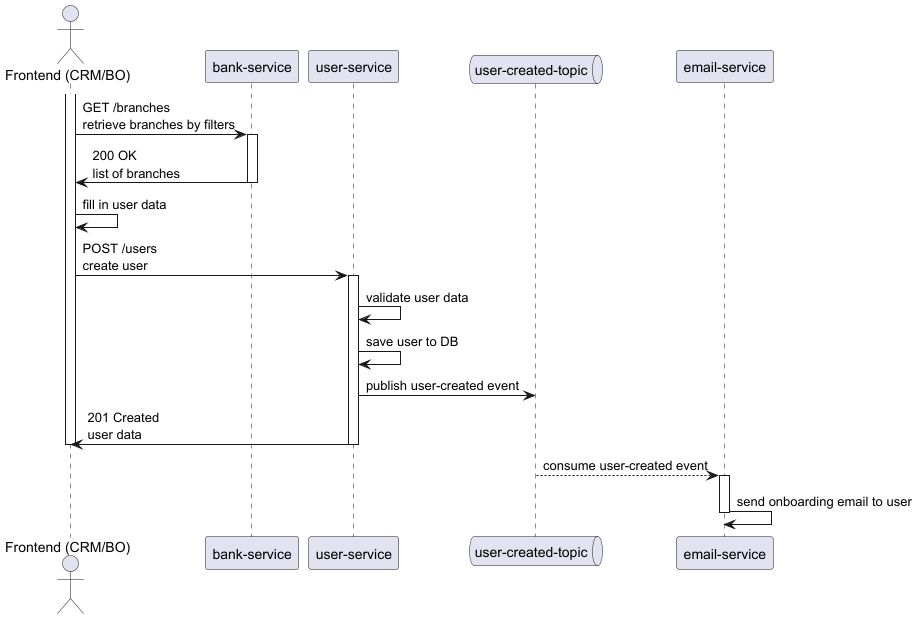
This is docs/domain/assets/registration/user-registration/customer-registration/customer-registration-process-diagram.png from RaffSStein/Wealth-Management-Platform-BE, a PlantUML export, as it was before one commit. Source of this version:
```plantuml
@startuml
actor FE as "Frontend (CRM/BO)"
participant "bank-service" as Bank
participant "user-service" as User
queue "user-created-topic" as userCreatedTopic
participant "email-service" as Reporting

activate FE
FE -> Bank: GET /branches\nretrieve branches by filters
activate Bank
Bank -> FE: 200 OK\nlist of branches
deactivate Bank
FE -> FE: fill in user data
FE -> User: POST /users\ncreate user
activate User
User -> User: validate user data
User -> User: save user to DB
User -> userCreatedTopic: publish user-created event
User -> FE: 201 Created\nuser data
deactivate FE
deactivate User
userCreatedTopic --> Reporting: consume user-created event
activate Reporting
Reporting -> Reporting: send onboarding email to user
deactivate Reporting

@enduml
```
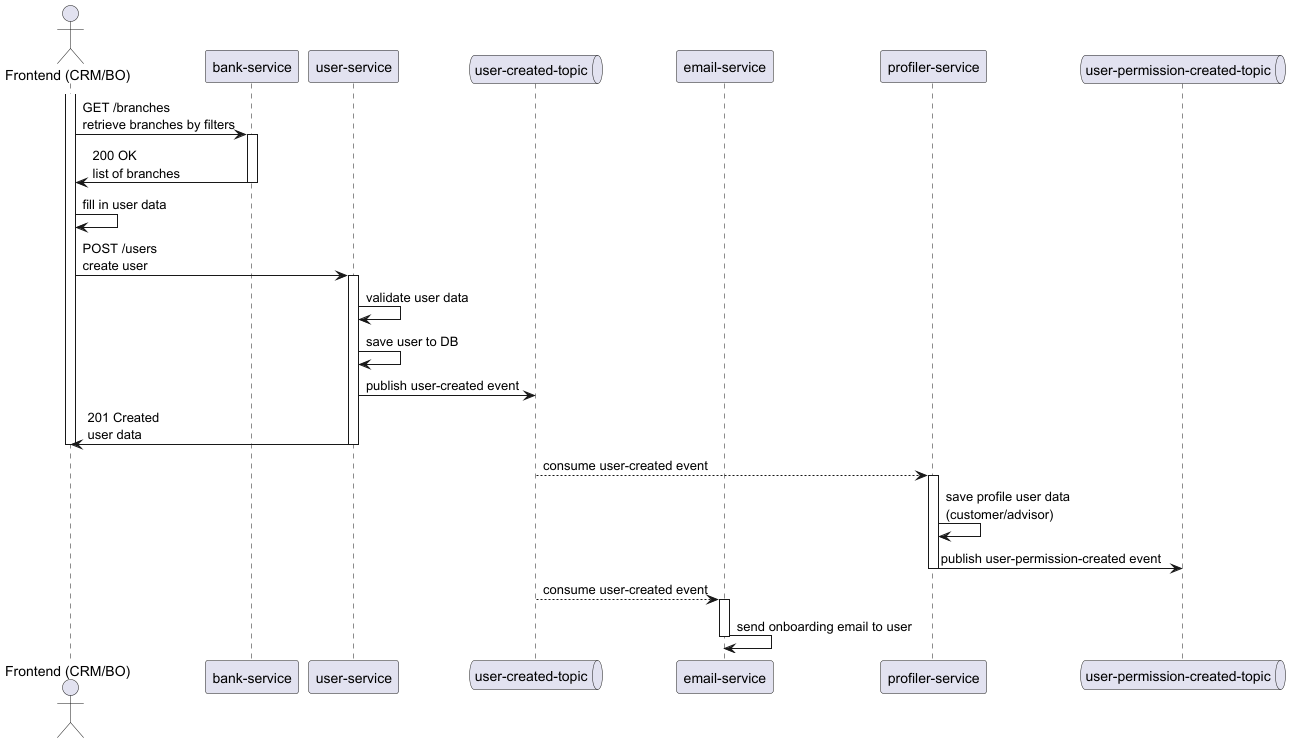
The same file after the commit.

Commit message:
Enhance customer registration process diagram: add profiler service and user permission event flow

Change to the diagram source:
```diff
@@ -4,6 +4,8 @@
 participant "user-service" as User
 queue "user-created-topic" as userCreatedTopic
 participant "email-service" as Reporting
+participant "profiler-service" as Profiler
+queue "user-permission-created-topic" as userPermissionCreatedTopic
 
 activate FE
 FE -> Bank: GET /branches\nretrieve branches by filters
@@ -19,6 +21,11 @@
 User -> FE: 201 Created\nuser data
 deactivate FE
 deactivate User
+userCreatedTopic --> Profiler: consume user-created event
+activate Profiler
+Profiler -> Profiler: save profile user data\n(customer/advisor)
+Profiler -> userPermissionCreatedTopic: publish user-permission-created event
+deactivate Profiler
 userCreatedTopic --> Reporting: consume user-created event
 activate Reporting
 Reporting -> Reporting: send onboarding email to user
```
